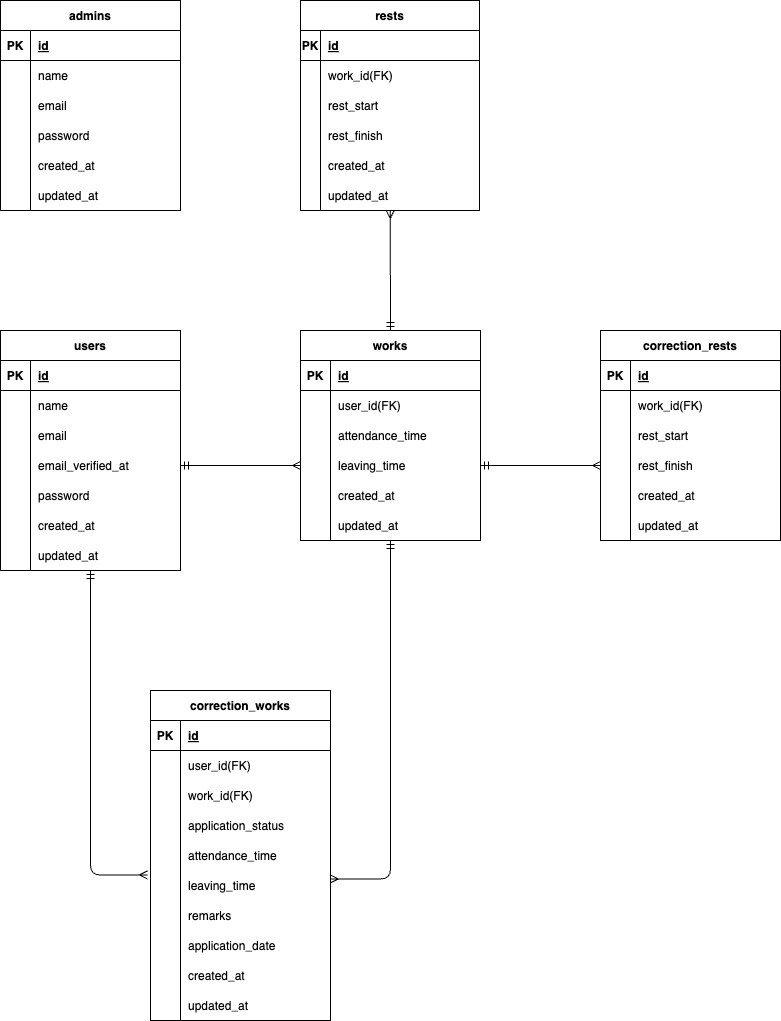
The draw.io diagram .drawio.png in hirata784/time_attendance_management_app, before a commit. Source tidied: cells renumbered, new cells last; positions are measured from the earlier drawing's top-left corner, leaving out a move shared by most shapes.
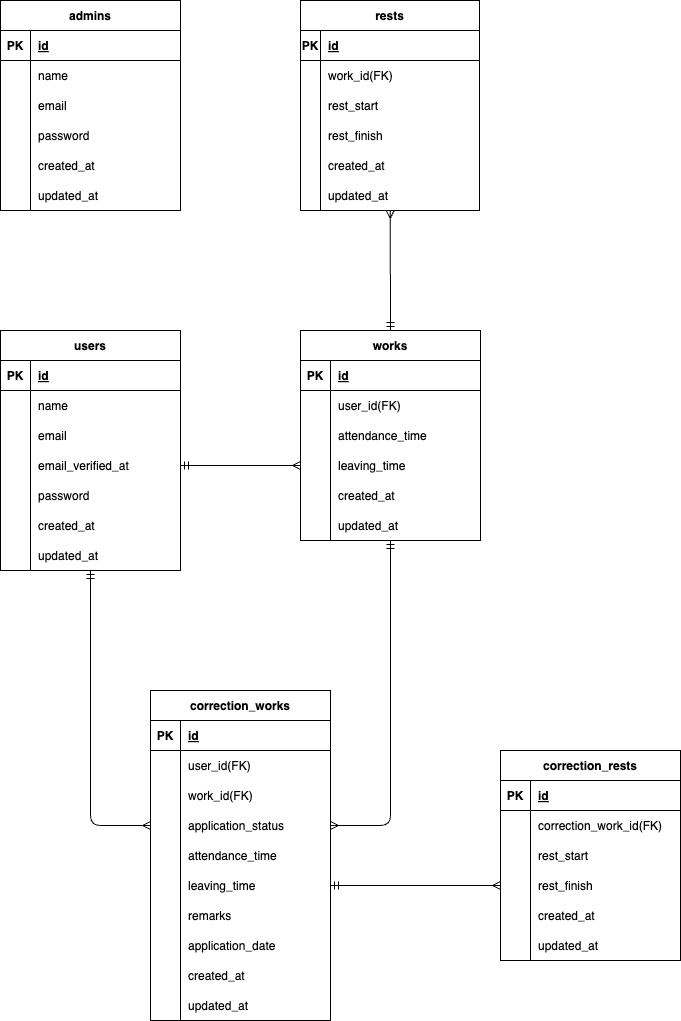
The same diagram one commit later.

Change to the diagram source:
```diff
@@ -282,7 +282,7 @@
       <mxGeometry x="30" width="150" height="30" as="geometry" />
     </mxCell>
     <mxCell id="95" value="correction_rests" style="shape=table;startSize=30;rowLines=0;fontStyle=1;align=center;" parent="1" vertex="1">
-      <mxGeometry x="600" y="330" width="180" height="210" as="geometry" />
+      <mxGeometry x="500" y="750" width="180" height="210" as="geometry" />
     </mxCell>
     <mxCell id="96" style="shape=tableRow;horizontal=0;startSize=0;swimlaneHead=0;swimlaneBody=0;fillColor=none;top=0;left=0;right=0;bottom=1;" parent="95" vertex="1">
       <mxGeometry y="30" width="180" height="30" as="geometry" />
@@ -299,7 +299,7 @@
     <mxCell id="100" style="shape=partialRectangle;fillColor=none;top=0;left=0;bottom=0;right=0;overflow=hidden;" parent="99" vertex="1">
       <mxGeometry width="30" height="30" as="geometry" />
     </mxCell>
-    <mxCell id="101" value="work_id(FK)" style="shape=partialRectangle;fillColor=none;top=0;left=0;bottom=0;right=0;align=left;spacingLeft=6;overflow=hidden;" parent="99" vertex="1">
+    <mxCell id="101" value="correction_work_id(FK)" style="shape=partialRectangle;fillColor=none;top=0;left=0;bottom=0;right=0;align=left;spacingLeft=6;overflow=hidden;" parent="99" vertex="1">
       <mxGeometry x="30" width="150" height="30" as="geometry" />
     </mxCell>
     <mxCell id="102" style="shape=tableRow;horizontal=0;startSize=0;swimlaneHead=0;swimlaneBody=0;fillColor=none;top=0;left=0;right=0;bottom=0;" parent="95" vertex="1">
@@ -338,13 +338,13 @@
     <mxCell id="113" value="updated_at" style="shape=partialRectangle;fillColor=none;top=0;left=0;bottom=0;right=0;align=left;spacingLeft=6;overflow=hidden;" parent="111" vertex="1">
       <mxGeometry x="30" width="150" height="30" as="geometry" />
     </mxCell>
-    <mxCell id="114" style="edgeStyle=none;html=1;entryX=1;entryY=0.5;entryDx=0;entryDy=0;endArrow=ERmandOne;endFill=0;startArrow=ERmany;startFill=0;" parent="1" edge="1" source="105" target="54">
+    <mxCell id="114" style="edgeStyle=none;html=1;entryX=1;entryY=0.5;entryDx=0;entryDy=0;endArrow=ERmandOne;endFill=0;startArrow=ERmany;startFill=0;" parent="1" edge="1" source="105" target="80">
       <mxGeometry relative="1" as="geometry" />
     </mxCell>
-    <mxCell id="115" style="edgeStyle=orthogonalEdgeStyle;html=1;entryX=-0.017;entryY=0.15;entryDx=0;entryDy=0;entryPerimeter=0;startArrow=ERmandOne;startFill=0;endArrow=ERmany;endFill=0;" parent="1" edge="1" source="2" target="80">
+    <mxCell id="115" style="edgeStyle=orthogonalEdgeStyle;html=1;entryX=0;entryY=0.5;entryDx=0;entryDy=0;startArrow=ERmandOne;startFill=0;endArrow=ERmany;endFill=0;" parent="1" edge="1" source="2" target="74">
       <mxGeometry relative="1" as="geometry" />
     </mxCell>
-    <mxCell id="116" style="edgeStyle=orthogonalEdgeStyle;html=1;entryX=1;entryY=0.283;entryDx=0;entryDy=0;entryPerimeter=0;endArrow=ERmany;endFill=0;startArrow=ERmandOne;startFill=0;" parent="1" edge="1" source="44" target="80">
+    <mxCell id="116" style="edgeStyle=orthogonalEdgeStyle;html=1;entryX=1;entryY=0.5;entryDx=0;entryDy=0;endArrow=ERmany;endFill=0;startArrow=ERmandOne;startFill=0;" parent="1" edge="1" source="44" target="74">
       <mxGeometry relative="1" as="geometry" />
     </mxCell>
     <mxCell id="117" value="admins" style="shape=table;startSize=30;rowLines=0;fontStyle=1;align=center;" parent="1" vertex="1">
```
